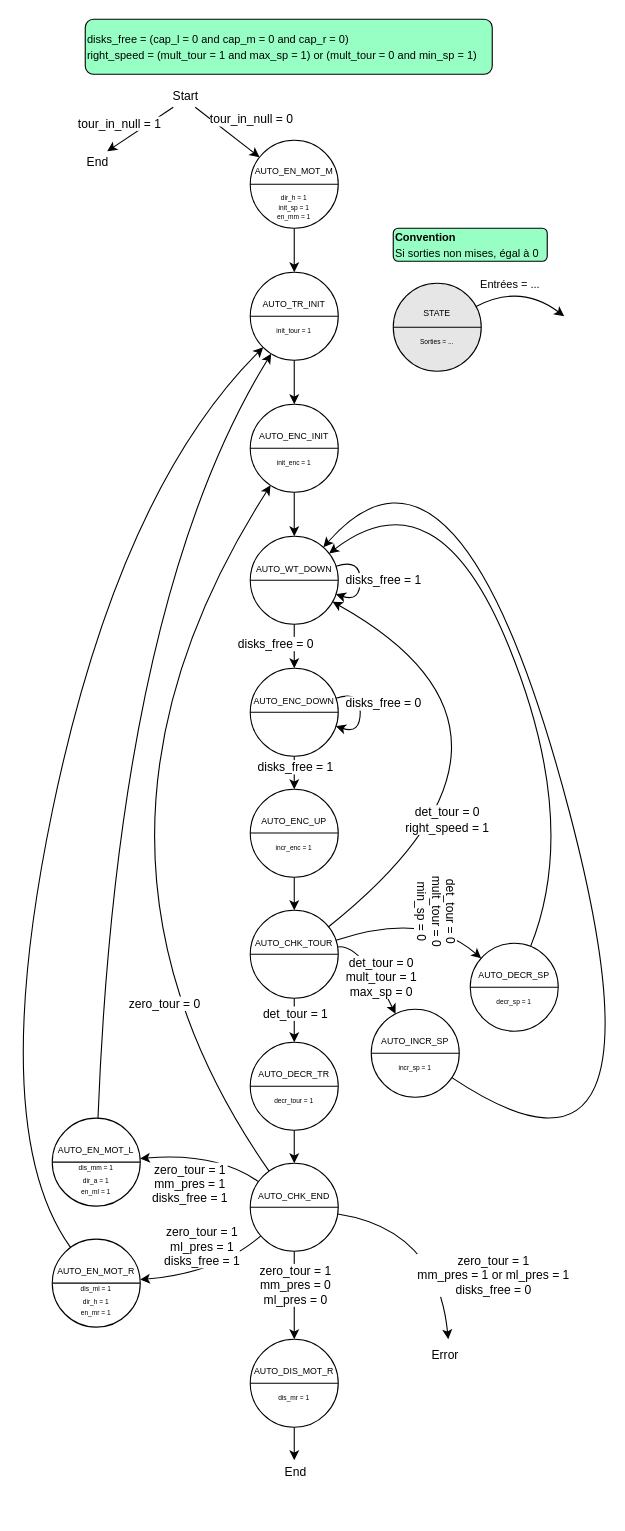
Before: doc/diags/state_auto_sequence.drawio in Schokiiiiiiii/csn26, a draw.io diagram. Source tidied: cells renumbered, new cells numbered last; positions are measured from the earlier drawing's top-left corner, leaving out a move shared by most shapes. Both pictures are drawn from the tidied source at 110%, with x=0, y=0 at pixel (-14, 19).
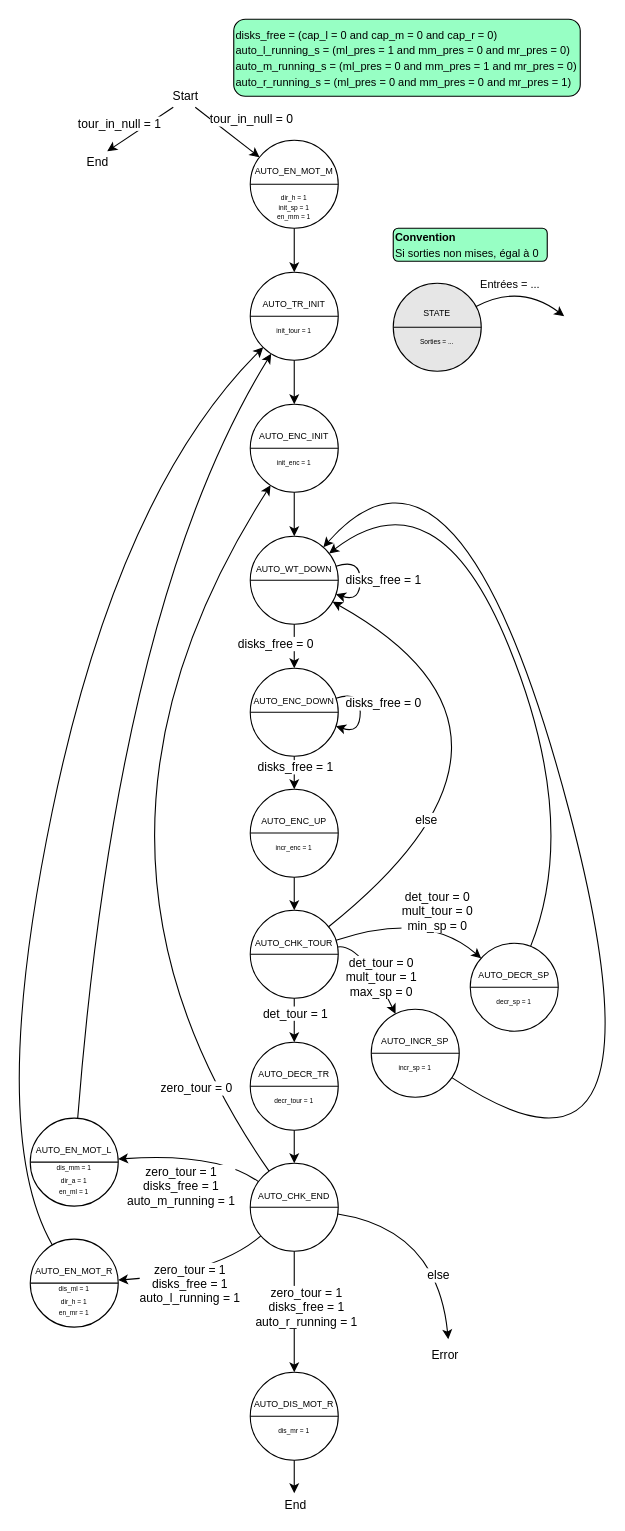
Above is the later version.

The change refers to these unchanged cells:
```xml
<mxCell id="44" style="curved=1;endArrow=classic;html=1;rounded=0;" parent="1" edge="1" source="22" target="28">
  <mxGeometry relative="1" as="geometry">
    <Array as="points">
      <mxPoint x="400" y="810" />
    </Array>
  </mxGeometry>
</mxCell>
<mxCell id="52" style="curved=1;endArrow=classic;html=1;rounded=0;" parent="1" edge="1" source="22" target="46">
  <mxGeometry relative="1" as="geometry">
    <Array as="points">
      <mxPoint x="530" y="650" />
    </Array>
  </mxGeometry>
</mxCell>
<mxCell id="57" style="curved=1;endArrow=classic;html=1;rounded=0;" parent="1" edge="1" source="24" target="18">
  <mxGeometry relative="1" as="geometry">
    <Array as="points">
      <mxPoint x="50" y="750" />
    </Array>
  </mxGeometry>
</mxCell>
<mxCell id="59" style="endArrow=classic;html=1;rounded=0;" parent="1" edge="1" source="24" target="30">
  <mxGeometry relative="1" as="geometry" />
</mxCell>
<mxCell id="61" style="curved=1;endArrow=classic;html=1;rounded=0;" parent="1" edge="1" source="24" target="32">
  <mxGeometry relative="1" as="geometry">
    <Array as="points">
      <mxPoint x="210" y="1140" />
    </Array>
  </mxGeometry>
</mxCell>
<mxCell id="63" style="curved=1;endArrow=classic;html=1;rounded=0;" parent="1" edge="1" source="24" target="34">
  <mxGeometry relative="1" as="geometry">
    <Array as="points">
      <mxPoint x="210" y="1030" />
    </Array>
  </mxGeometry>
</mxCell>
<mxCell id="68" style="curved=1;endArrow=classic;html=1;rounded=0;" parent="1" edge="1" source="24">
  <mxGeometry relative="1" as="geometry">
    <mxPoint x="420" y="1200" as="targetPoint" />
    <Array as="points">
      <mxPoint x="410" y="1100" />
    </Array>
  </mxGeometry>
</mxCell>
```

Change to the diagram source:
```diff
@@
-    <mxCell id="6" value="&lt;font style=&quot;font-size: 10px;&quot;&gt;disks_free =&amp;nbsp;&lt;span style=&quot;background-color: transparent; color: light-dark(rgb(0, 0, 0), rgb(255, 255, 255));&quot;&gt;(cap_l = 0 and cap_m = 0 and cap_r = 0)&lt;br&gt;&lt;/span&gt;&lt;/font&gt;&lt;div&gt;&lt;font style=&quot;font-size: 10px;&quot;&gt;&lt;font style=&quot;&quot;&gt;&lt;span style=&quot;background-color: transparent; color: light-dark(rgb(0, 0, 0), rgb(255, 255, 255));&quot;&gt;right_speed = (&lt;/span&gt;&lt;/font&gt;&lt;span style=&quot;text-align: center; text-wrap-mode: nowrap; background-color: transparent; color: light-dark(rgb(0, 0, 0), rgb(255, 255, 255));&quot;&gt;mult_tour = 1 and max_sp = 1)&amp;nbsp;&lt;/span&gt;&lt;span style=&quot;text-align: center; text-wrap-mode: nowrap; color: light-dark(rgb(0, 0, 0), rgb(255, 255, 255));&quot;&gt;or (mult_tour = 0 and min_sp = 1)&lt;/span&gt;&lt;/font&gt;&lt;/div&gt;" style="rounded=1;whiteSpace=wrap;html=1;align=left;fillColor=#97FFC4;" parent="1" vertex="1">
-      <mxGeometry x="90" width="370" height="50" as="geometry" />
+    <mxCell id="6" value="&lt;font style=&quot;font-size: 10px;&quot;&gt;disks_free =&amp;nbsp;&lt;span style=&quot;background-color: transparent; color: light-dark(rgb(0, 0, 0), rgb(255, 255, 255));&quot;&gt;(cap_l = 0 and cap_m = 0 and cap_r = 0)&lt;br&gt;&lt;/span&gt;&lt;/font&gt;&lt;div&gt;&lt;font style=&quot;&quot;&gt;&lt;font style=&quot;&quot;&gt;&lt;span style=&quot;background-color: transparent; font-size: 10px;&quot;&gt;auto_l_running_s&lt;/span&gt;&lt;span style=&quot;font-size: 10px; background-color: transparent; color: light-dark(rgb(0, 0, 0), rgb(255, 255, 255));&quot;&gt;&amp;nbsp;= (ml_pres = 1 and mm_pres = 0 and mr_pres = 0&lt;/span&gt;&lt;/font&gt;&lt;/font&gt;&lt;span style=&quot;background-color: transparent; color: light-dark(rgb(0, 0, 0), rgb(255, 255, 255)); font-size: 10px;&quot;&gt;)&lt;/span&gt;&lt;/div&gt;&lt;div&gt;&lt;span style=&quot;background-color: transparent; font-size: 10px;&quot;&gt;auto_m_running_s&lt;/span&gt;&lt;span style=&quot;background-color: transparent; color: light-dark(rgb(0, 0, 0), rgb(255, 255, 255)); font-size: 10px;&quot;&gt;&amp;nbsp;= (ml_pres = 0 and mm_pres = 1 and mr_pres = 0)&lt;/span&gt;&lt;/div&gt;&lt;div&gt;&lt;span style=&quot;background-color: transparent; font-size: 10px;&quot;&gt;auto_r_running_s&lt;/span&gt;&lt;span style=&quot;background-color: transparent; color: light-dark(rgb(0, 0, 0), rgb(255, 255, 255)); font-size: 10px;&quot;&gt;&amp;nbsp;= (ml_pres = 0 and mm_pres = 0 and mr_pres = 1)&lt;/span&gt;&lt;/div&gt;" style="rounded=1;whiteSpace=wrap;html=1;align=left;fillColor=#97FFC4;" parent="1" vertex="1">
+      <mxGeometry x="225" width="315" height="70" as="geometry" />
     </mxCell>
@@
     <mxCell id="30" value="&lt;div style=&quot;line-height: 90%;&quot;&gt;&lt;span style=&quot;font-size: 8px;&quot;&gt;AUTO_DIS_MOT_R&lt;/span&gt;&lt;/div&gt;&lt;div style=&quot;line-height: 90%;&quot;&gt;&lt;span style=&quot;font-size: 8px; background-color: transparent; color: light-dark(rgb(0, 0, 0), rgb(255, 255, 255));&quot;&gt;&lt;br&gt;&lt;/span&gt;&lt;/div&gt;&lt;div style=&quot;line-height: 70%;&quot;&gt;&lt;span style=&quot;font-size: 6px;&quot;&gt;dis_mr = 1&lt;/span&gt;&lt;/div&gt;" style="ellipse;whiteSpace=wrap;html=1;" parent="1" vertex="1">
-      <mxGeometry x="240" y="1200" width="80" height="80" as="geometry" />
+      <mxGeometry x="240" y="1230" width="80" height="80" as="geometry" />
     </mxCell>
@@
     <mxCell id="32" value="&lt;div style=&quot;line-height: 90%;&quot;&gt;&lt;br&gt;&lt;/div&gt;&lt;div style=&quot;line-height: 90%;&quot;&gt;&lt;div style=&quot;line-height: 10.8px;&quot;&gt;&lt;span style=&quot;font-size: 8px; line-height: 20px;&quot;&gt;AUTO_EN_MOT_R&lt;/span&gt;&lt;/div&gt;&lt;div style=&quot;line-height: 8.4px;&quot;&gt;&lt;span style=&quot;font-size: 6px;&quot;&gt;dis_ml = 1&lt;/span&gt;&lt;/div&gt;&lt;div style=&quot;line-height: 8.4px;&quot;&gt;&lt;span style=&quot;font-size: 6px;&quot;&gt;dir_h = 1&lt;/span&gt;&lt;/div&gt;&lt;div style=&quot;line-height: 8.4px;&quot;&gt;&lt;span style=&quot;font-size: 6px;&quot;&gt;en_mr = 1&lt;/span&gt;&lt;/div&gt;&lt;/div&gt;" style="ellipse;whiteSpace=wrap;html=1;" parent="1" vertex="1">
-      <mxGeometry x="60" y="1109" width="80" height="80" as="geometry" />
+      <mxGeometry x="40" y="1109" width="80" height="80" as="geometry" />
     </mxCell>
@@
     <mxCell id="34" value="&lt;div style=&quot;line-height: 90%;&quot;&gt;&lt;br&gt;&lt;/div&gt;&lt;div style=&quot;line-height: 90%;&quot;&gt;&lt;span style=&quot;font-size: 8px; line-height: 250%;&quot;&gt;AUTO_EN_MOT_L&lt;/span&gt;&lt;/div&gt;&lt;div style=&quot;line-height: 70%;&quot;&gt;&lt;span style=&quot;font-size: 6px;&quot;&gt;dis_mm = 1&lt;/span&gt;&lt;/div&gt;&lt;div style=&quot;line-height: 70%;&quot;&gt;&lt;span style=&quot;font-size: 6px;&quot;&gt;dir_a = 1&lt;/span&gt;&lt;/div&gt;&lt;div style=&quot;line-height: 70%;&quot;&gt;&lt;span style=&quot;font-size: 6px;&quot;&gt;en_ml = 1&lt;/span&gt;&lt;/div&gt;" style="ellipse;whiteSpace=wrap;html=1;" parent="1" vertex="1">
-      <mxGeometry x="60" y="999" width="80" height="80" as="geometry" />
+      <mxGeometry x="40" y="999" width="80" height="80" as="geometry" />
     </mxCell>
@@
-    <mxCell id="45" value="&lt;div&gt;det_tour = 0&lt;/div&gt;&lt;div&gt;mult_tour = 0&lt;/div&gt;&lt;div&gt;min_sp = 0&lt;/div&gt;" style="edgeLabel;html=1;align=center;verticalAlign=middle;rotation=90;" parent="44" vertex="1">
+    <mxCell id="45" value="&lt;div&gt;det_tour = 0&lt;/div&gt;&lt;div&gt;mult_tour = 0&lt;/div&gt;&lt;div&gt;min_sp = 0&lt;/div&gt;" style="edgeLabel;html=1;align=center;verticalAlign=middle;rotation=0;" parent="44" vertex="1">
       <mxGeometry x="0.39" y="-9" relative="1" as="geometry">
         <mxPoint x="1" y="-19" as="offset" />
       </mxGeometry>
     </mxCell>
@@
-    <mxCell id="54" value="&lt;div&gt;det_tour = 0&lt;/div&gt;right_speed = 1" style="edgeLabel;html=1;align=center;verticalAlign=middle;" parent="52" vertex="1">
-      <mxGeometry x="-0.45" y="9" relative="1" as="geometry" />
+    <mxCell id="54" value="else" style="edgeLabel;html=1;align=center;verticalAlign=middle;" parent="52" vertex="1">
+      <mxGeometry x="-0.45" y="9" relative="1" as="geometry">
+        <mxPoint x="-19" as="offset" />
+      </mxGeometry>
     </mxCell>
@@
     <mxCell id="58" value="zero_tour = 0" style="edgeLabel;html=1;align=center;verticalAlign=middle;" parent="57" vertex="1">
-      <mxGeometry x="-0.52" y="-9" relative="1" as="geometry" />
+      <mxGeometry x="-0.52" y="-9" relative="1" as="geometry">
+        <mxPoint x="29" y="77" as="offset" />
+      </mxGeometry>
     </mxCell>
@@
-    <mxCell id="60" value="zero_tour = 1&lt;div&gt;mm_pres = 0&lt;/div&gt;&lt;div&gt;ml_pres = 0&lt;/div&gt;" style="edgeLabel;html=1;align=center;verticalAlign=middle;" parent="59" vertex="1">
-      <mxGeometry x="-0.25" relative="1" as="geometry" />
+    <mxCell id="60" value="zero_tour = 1&lt;div&gt;disks_free = 1&lt;/div&gt;&lt;div&gt;auto_r_running = 1&lt;/div&gt;" style="edgeLabel;html=1;align=center;verticalAlign=middle;" parent="59" vertex="1">
+      <mxGeometry x="-0.25" relative="1" as="geometry">
+        <mxPoint x="10" y="9" as="offset" />
+      </mxGeometry>
     </mxCell>
@@
-    <mxCell id="62" value="zero_tour = 1&lt;div&gt;ml_pres = 1&lt;/div&gt;&lt;div&gt;disks_free = 1&lt;/div&gt;" style="edgeLabel;html=1;align=center;verticalAlign=middle;" parent="61" vertex="1">
+    <mxCell id="62" value="zero_tour = 1&lt;div&gt;disks_free = 1&lt;/div&gt;&lt;div&gt;auto_l_running = 1&lt;/div&gt;" style="edgeLabel;html=1;align=center;verticalAlign=middle;" parent="61" vertex="1">
       <mxGeometry x="0.27" y="-4" relative="1" as="geometry">
-        <mxPoint x="12" y="-23" as="offset" />
+        <mxPoint x="12" y="11" as="offset" />
       </mxGeometry>
     </mxCell>
@@
-    <mxCell id="64" value="zero_tour = 1&lt;div&gt;mm_pres = 1&lt;/div&gt;&lt;div&gt;disks_free = 1&lt;/div&gt;" style="edgeLabel;html=1;align=center;verticalAlign=middle;" parent="63" vertex="1">
+    <mxCell id="64" value="zero_tour = 1&lt;div&gt;disks_free = 1&lt;/div&gt;&lt;div&gt;auto_m_running = 1&lt;/div&gt;" style="edgeLabel;html=1;align=center;verticalAlign=middle;" parent="63" vertex="1">
       <mxGeometry x="0.37" y="7" relative="1" as="geometry">
-        <mxPoint x="8" y="19" as="offset" />
+        <mxPoint x="13" y="20" as="offset" />
       </mxGeometry>
     </mxCell>
@@
-    <mxCell id="70" value="zero_tour = 1&lt;div&gt;mm_pres = 1 or ml_pres = 1&lt;/div&gt;&lt;div&gt;disks_free = 0&lt;/div&gt;" style="edgeLabel;html=1;align=center;verticalAlign=middle;" parent="68" vertex="1">
+    <mxCell id="70" value="&lt;div&gt;else&lt;/div&gt;" style="edgeLabel;html=1;align=center;verticalAlign=middle;" parent="68" vertex="1">
       <mxGeometry x="0.49" y="-11" relative="1" as="geometry">
-        <mxPoint x="56" y="-11" as="offset" />
+        <mxPoint x="6" y="-11" as="offset" />
       </mxGeometry>
     </mxCell>
@@
     <mxCell id="79" style="endArrow=classic;html=1;rounded=0;" parent="1" edge="1" source="30">
       <mxGeometry relative="1" as="geometry">
-        <mxPoint x="280" y="1310" as="targetPoint" />
+        <mxPoint x="280" y="1340" as="targetPoint" />
       </mxGeometry>
     </mxCell>
```
